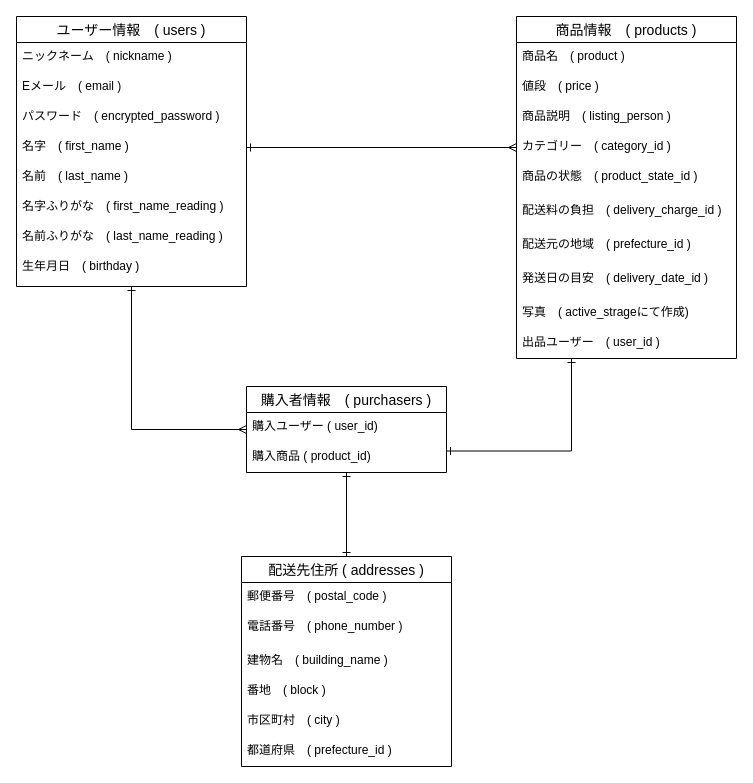
Earlier version of the draw.io diagram furima_ER.dio (YM520-M94/furima-34252). Source tidied: cells renumbered, new cells numbered last; positions are measured from the earlier drawing's top-left corner, leaving out a move shared by most shapes. Both pictures are drawn from the tidied source at 100%, with x=0, y=0 at pixel (16, 16).
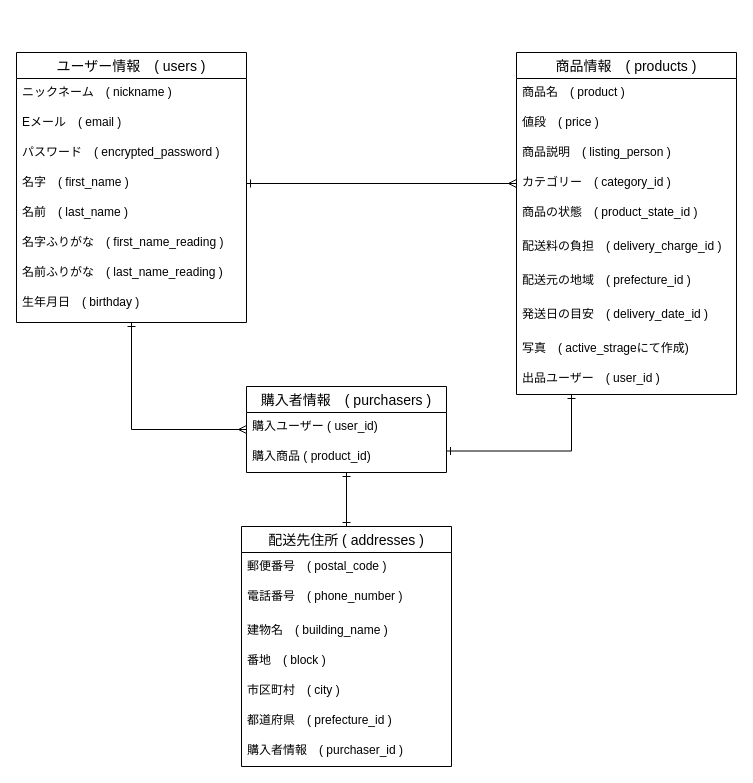
The same page after the edit.

Commit message:
修正5) DB設計　ER図作成

Change to the diagram source:
```diff
@@
     <mxCell id="6" value="商品情報　( products )" style="swimlane;fontStyle=0;horizontal=1;startSize=26;align=center;fontSize=14;" parent="1" vertex="1">
-      <mxGeometry x="500" width="220" height="342" as="geometry" />
+      <mxGeometry x="500" y="36" width="220" height="342" as="geometry" />
     </mxCell>
@@
     <mxCell id="19" value="ユーザー情報　( users )" style="swimlane;fontStyle=0;horizontal=1;startSize=26;align=center;fontSize=14;" parent="1" vertex="1">
-      <mxGeometry width="230" height="270" as="geometry" />
+      <mxGeometry y="36" width="230" height="270" as="geometry" />
     </mxCell>
@@
     <mxCell id="30" value="配送先住所 ( addresses )" style="swimlane;fontStyle=0;horizontal=1;startSize=26;align=center;fontSize=14;" parent="1" vertex="1">
-      <mxGeometry x="225" y="540" width="210" height="210" as="geometry" />
+      <mxGeometry x="225" y="510" width="210" height="240" as="geometry" />
     </mxCell>
@@
+    <mxCell id="37" value="都道府県　( prefecture_id )" style="text;strokeColor=none;fillColor=none;spacingLeft=4;spacingRight=4;overflow=hidden;fontSize=12;" parent="30" vertex="1">
+      <mxGeometry y="180" width="210" height="30" as="geometry" />
+    </mxCell>
-    <mxCell id="36" value="都道府県　( prefecture_id )" style="text;strokeColor=none;fillColor=none;spacingLeft=4;spacingRight=4;overflow=hidden;fontSize=12;" parent="30" vertex="1">
-      <mxGeometry y="180" width="210" height="30" as="geometry" />
+    <mxCell id="36" value="購入者情報　( purchaser_id )" style="text;strokeColor=none;fillColor=none;spacingLeft=4;spacingRight=4;overflow=hidden;fontSize=12;" parent="30" vertex="1">
+      <mxGeometry y="210" width="210" height="30" as="geometry" />
     </mxCell>
```
